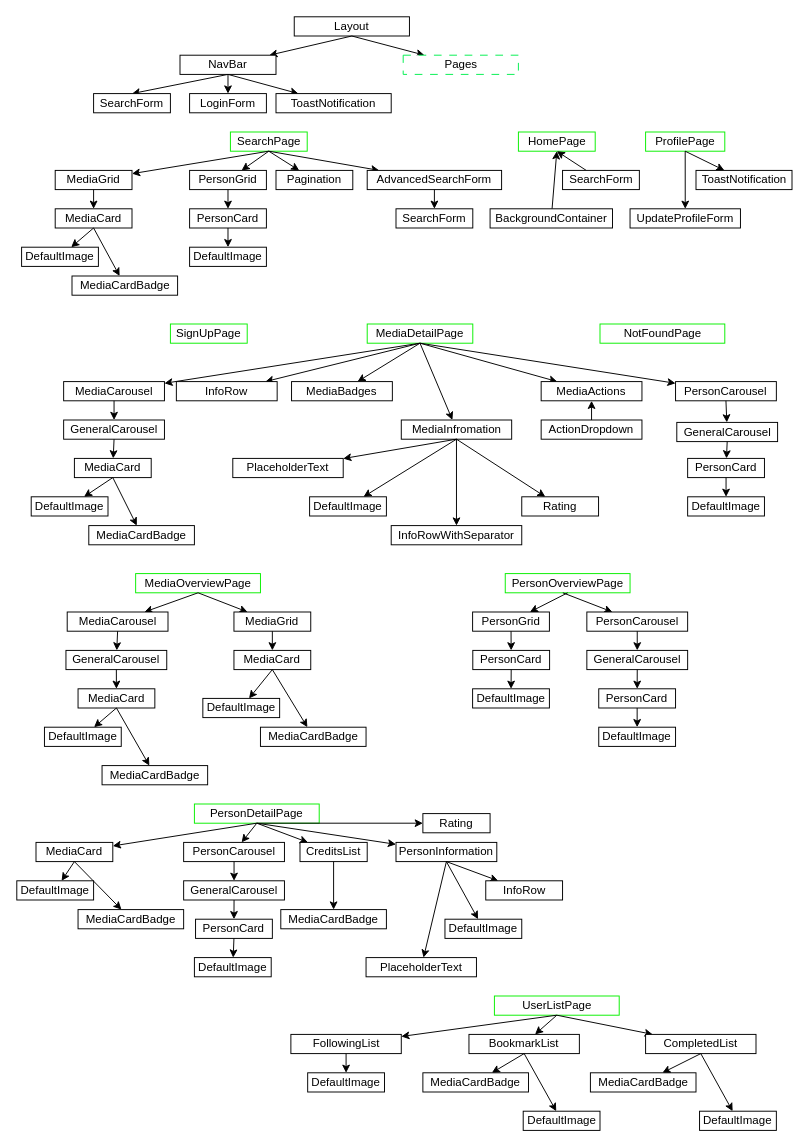
This is src/frontend/docs/hierarchy-diagram.drawio from RUC-MSc-CS-CIT-2024/portfolio_subproject_3, a draw.io file, before an edit. Source tidied: cells renumbered, new cells numbered last; positions are measured from the earlier drawing's top-left corner, leaving out a move shared by most shapes. Both pictures are drawn from the tidied source at 96%, with x=0, y=0 at pixel (16, 16).
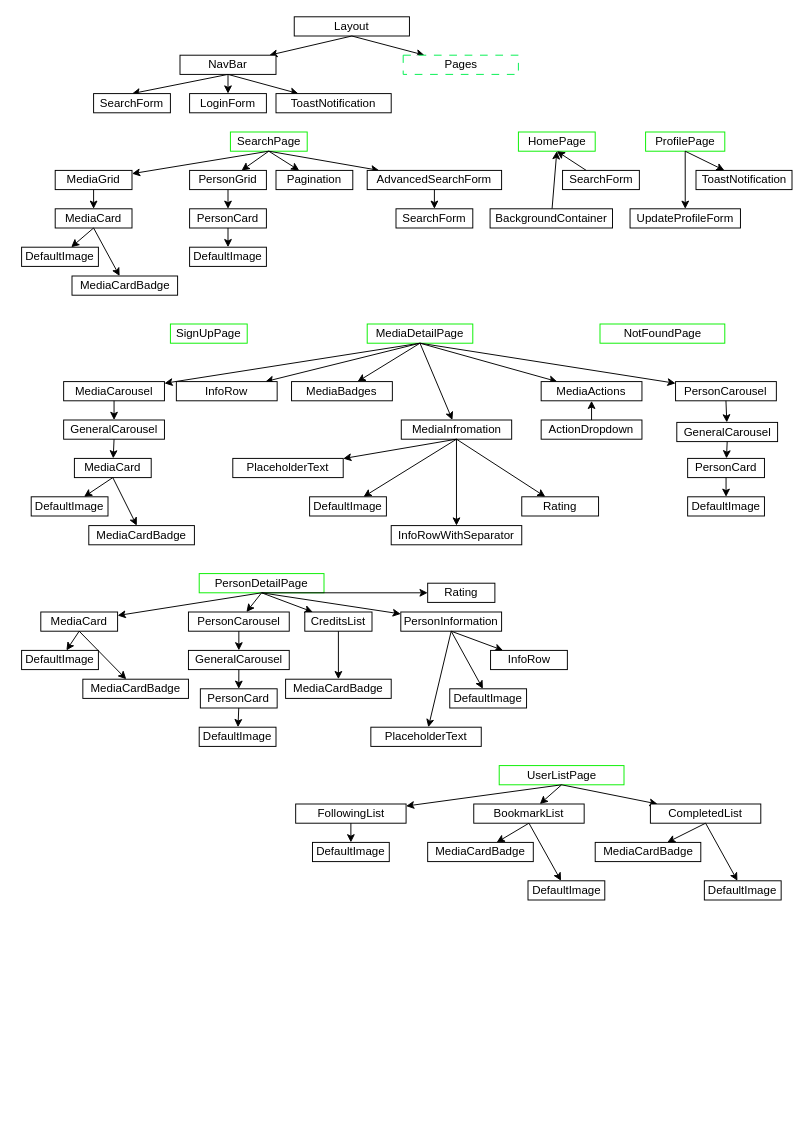
The same page after the edit.

Commit message:
removing pages from diagram

The edit, as a diff of the source:
```diff
@@
-    <mxCell id="75" value="MediaOverviewPage" style="whiteSpace=wrap;html=1;strokeColor=#08F000;" parent="1" vertex="1">
-      <mxGeometry x="123.8" y="580" width="130" height="20" as="geometry" />
-    </mxCell>
-    <mxCell id="76" style="edgeStyle=none;html=1;entryX=0.5;entryY=1;entryDx=0;entryDy=0;startArrow=classic;startFill=1;endArrow=none;endFill=0;" parent="1" edge="1" source="77" target="75">
-      <mxGeometry relative="1" as="geometry" />
-    </mxCell>
-    <mxCell id="77" value="MediaCarousel" style="whiteSpace=wrap;html=1;" parent="1" vertex="1">
-      <mxGeometry x="52.5" y="620" width="105" height="20" as="geometry" />
-    </mxCell>
-    <mxCell id="78" style="edgeStyle=none;html=1;entryX=0.5;entryY=1;entryDx=0;entryDy=0;startArrow=classic;startFill=1;endArrow=none;endFill=0;" parent="1" edge="1" source="79" target="77">
-      <mxGeometry relative="1" as="geometry" />
-    </mxCell>
-    <mxCell id="79" value="GeneralCarousel" style="whiteSpace=wrap;html=1;" parent="1" vertex="1">
-      <mxGeometry x="51.2" y="660" width="105" height="20" as="geometry" />
-    </mxCell>
-    <mxCell id="80" style="edgeStyle=none;html=1;entryX=0.5;entryY=1;entryDx=0;entryDy=0;startArrow=classic;startFill=1;endArrow=none;endFill=0;" parent="1" edge="1" source="81" target="79">
-      <mxGeometry relative="1" as="geometry" />
-    </mxCell>
-    <mxCell id="81" value="MediaCard" style="whiteSpace=wrap;html=1;" parent="1" vertex="1">
-      <mxGeometry x="63.8" y="700" width="80" height="20" as="geometry" />
-    </mxCell>
-    <mxCell id="82" style="edgeStyle=none;html=1;entryX=0.5;entryY=1;entryDx=0;entryDy=0;startArrow=classic;startFill=1;endArrow=none;endFill=0;" parent="1" edge="1" source="83" target="81">
-      <mxGeometry relative="1" as="geometry" />
-    </mxCell>
-    <mxCell id="83" value="MediaCardBadge" style="whiteSpace=wrap;html=1;" parent="1" vertex="1">
-      <mxGeometry x="88.8" y="780" width="110" height="20" as="geometry" />
-    </mxCell>
-    <mxCell id="84" style="edgeStyle=none;html=1;entryX=0.5;entryY=1;entryDx=0;entryDy=0;startArrow=classic;startFill=1;endArrow=none;endFill=0;" parent="1" edge="1" source="85" target="81">
-      <mxGeometry relative="1" as="geometry" />
-    </mxCell>
-    <mxCell id="85" value="DefaultImage" style="whiteSpace=wrap;html=1;" parent="1" vertex="1">
-      <mxGeometry x="28.8" y="740" width="80" height="20" as="geometry" />
-    </mxCell>
-    <mxCell id="86" style="edgeStyle=none;html=1;startArrow=classic;startFill=1;endArrow=none;endFill=0;entryX=0.5;entryY=1;entryDx=0;entryDy=0;" parent="1" edge="1" source="87" target="75">
-      <mxGeometry relative="1" as="geometry" />
-    </mxCell>
-    <mxCell id="87" value="MediaGrid" style="whiteSpace=wrap;html=1;" parent="1" vertex="1">
-      <mxGeometry x="226.2" y="620" width="80" height="20" as="geometry" />
-    </mxCell>
-    <mxCell id="88" style="edgeStyle=none;html=1;entryX=0.5;entryY=1;entryDx=0;entryDy=0;startArrow=classic;startFill=1;endArrow=none;endFill=0;" parent="1" edge="1" source="89" target="87">
-      <mxGeometry relative="1" as="geometry" />
-    </mxCell>
-    <mxCell id="89" value="MediaCard" style="whiteSpace=wrap;html=1;" parent="1" vertex="1">
-      <mxGeometry x="226.2" y="660" width="80" height="20" as="geometry" />
-    </mxCell>
-    <mxCell id="90" style="edgeStyle=none;html=1;entryX=0.5;entryY=1;entryDx=0;entryDy=0;startArrow=classic;startFill=1;endArrow=none;endFill=0;" parent="1" edge="1" source="91" target="89">
-      <mxGeometry relative="1" as="geometry" />
-    </mxCell>
-    <mxCell id="91" value="MediaCardBadge" style="whiteSpace=wrap;html=1;" parent="1" vertex="1">
-      <mxGeometry x="253.8" y="740" width="110" height="20" as="geometry" />
-    </mxCell>
-    <mxCell id="92" style="edgeStyle=none;html=1;entryX=0.5;entryY=1;entryDx=0;entryDy=0;startArrow=classic;startFill=1;endArrow=none;endFill=0;" parent="1" edge="1" source="93" target="89">
-      <mxGeometry relative="1" as="geometry" />
-    </mxCell>
-    <mxCell id="93" value="DefaultImage" style="whiteSpace=wrap;html=1;" parent="1" vertex="1">
-      <mxGeometry x="193.8" y="710" width="80" height="20" as="geometry" />
-    </mxCell>
@@
     <mxCell id="95" value="PersonDetailPage" style="whiteSpace=wrap;html=1;strokeColor=#08F000;" parent="1" vertex="1">
-      <mxGeometry x="185" y="820" width="130" height="20" as="geometry" />
+      <mxGeometry x="190" y="580" width="130" height="20" as="geometry" />
     </mxCell>
@@
     <mxCell id="97" value="PersonCarousel" style="whiteSpace=wrap;html=1;" parent="1" vertex="1">
-      <mxGeometry x="173.8" y="860" width="105" height="20" as="geometry" />
+      <mxGeometry x="178.8" y="620" width="105" height="20" as="geometry" />
     </mxCell>
@@
     <mxCell id="99" value="GeneralCarousel" style="whiteSpace=wrap;html=1;" parent="1" vertex="1">
-      <mxGeometry x="173.8" y="900" width="105" height="20" as="geometry" />
+      <mxGeometry x="178.8" y="660" width="105" height="20" as="geometry" />
     </mxCell>
@@
     <mxCell id="101" value="PersonCard" style="whiteSpace=wrap;html=1;" parent="1" vertex="1">
-      <mxGeometry x="186.2" y="940" width="80" height="20" as="geometry" />
+      <mxGeometry x="191.2" y="700" width="80" height="20" as="geometry" />
     </mxCell>
@@
     <mxCell id="103" value="DefaultImage" style="whiteSpace=wrap;html=1;" parent="1" vertex="1">
-      <mxGeometry x="185" y="980" width="80" height="20" as="geometry" />
+      <mxGeometry x="190" y="740" width="80" height="20" as="geometry" />
     </mxCell>
@@
     <mxCell id="105" value="PersonInformation" style="whiteSpace=wrap;html=1;" parent="1" vertex="1">
-      <mxGeometry x="395" y="860" width="105" height="20" as="geometry" />
+      <mxGeometry x="400" y="620" width="105" height="20" as="geometry" />
     </mxCell>
@@
     <mxCell id="107" value="PlaceholderText" style="whiteSpace=wrap;html=1;" parent="1" vertex="1">
-      <mxGeometry x="363.8" y="980" width="115" height="20" as="geometry" />
+      <mxGeometry x="368.8" y="740" width="115" height="20" as="geometry" />
     </mxCell>
@@
     <mxCell id="109" value="DefaultImage" style="whiteSpace=wrap;html=1;" parent="1" vertex="1">
-      <mxGeometry x="446" y="940" width="80" height="20" as="geometry" />
+      <mxGeometry x="451" y="700" width="80" height="20" as="geometry" />
     </mxCell>
@@
     <mxCell id="111" value="InfoRow" style="whiteSpace=wrap;html=1;" parent="1" vertex="1">
-      <mxGeometry x="488.5" y="900" width="80" height="20" as="geometry" />
+      <mxGeometry x="493.5" y="660" width="80" height="20" as="geometry" />
     </mxCell>
@@
     <mxCell id="113" value="MediaCard" style="whiteSpace=wrap;html=1;" parent="1" vertex="1">
-      <mxGeometry x="20" y="860" width="80" height="20" as="geometry" />
+      <mxGeometry x="25" y="620" width="80" height="20" as="geometry" />
     </mxCell>
@@
     <mxCell id="115" value="MediaCardBadge" style="whiteSpace=wrap;html=1;" parent="1" vertex="1">
-      <mxGeometry x="63.8" y="930" width="110" height="20" as="geometry" />
+      <mxGeometry x="68.8" y="690" width="110" height="20" as="geometry" />
     </mxCell>
@@
     <mxCell id="117" value="DefaultImage" style="whiteSpace=wrap;html=1;" parent="1" vertex="1">
-      <mxGeometry y="900" width="80" height="20" as="geometry" />
+      <mxGeometry x="5" y="660" width="80" height="20" as="geometry" />
     </mxCell>
@@
     <mxCell id="119" value="CreditsList" style="whiteSpace=wrap;html=1;" parent="1" vertex="1">
-      <mxGeometry x="295" y="860" width="70" height="20" as="geometry" />
+      <mxGeometry x="300" y="620" width="70" height="20" as="geometry" />
     </mxCell>
@@
     <mxCell id="121" value="Rating" style="whiteSpace=wrap;html=1;" parent="1" vertex="1">
-      <mxGeometry x="423" y="830" width="70" height="20" as="geometry" />
+      <mxGeometry x="428" y="590" width="70" height="20" as="geometry" />
     </mxCell>
@@
     <mxCell id="123" value="MediaCardBadge" style="whiteSpace=wrap;html=1;" parent="1" vertex="1">
-      <mxGeometry x="275" y="930" width="110" height="20" as="geometry" />
+      <mxGeometry x="280" y="690" width="110" height="20" as="geometry" />
     </mxCell>
-    <mxCell id="124" value="PersonOverviewPage" style="whiteSpace=wrap;html=1;strokeColor=#08F000;" parent="1" vertex="1">
-      <mxGeometry x="508.8" y="580" width="130" height="20" as="geometry" />
-    </mxCell>
-    <mxCell id="125" style="edgeStyle=none;html=1;startArrow=classic;startFill=1;endArrow=none;endFill=0;" parent="1" edge="1" source="126">
-      <mxGeometry relative="1" as="geometry">
-        <mxPoint x="568.8" y="600" as="targetPoint" />
-      </mxGeometry>
-    </mxCell>
-    <mxCell id="126" value="PersonCarousel" style="whiteSpace=wrap;html=1;" parent="1" vertex="1">
-      <mxGeometry x="593.8" y="620" width="105" height="20" as="geometry" />
-    </mxCell>
-    <mxCell id="127" style="edgeStyle=none;html=1;entryX=0.5;entryY=1;entryDx=0;entryDy=0;startArrow=classic;startFill=1;endArrow=none;endFill=0;" parent="1" edge="1" source="128" target="126">
-      <mxGeometry relative="1" as="geometry" />
-    </mxCell>
-    <mxCell id="128" value="GeneralCarousel" style="whiteSpace=wrap;html=1;" parent="1" vertex="1">
-      <mxGeometry x="593.8" y="660" width="105" height="20" as="geometry" />
-    </mxCell>
-    <mxCell id="129" style="edgeStyle=none;html=1;entryX=0.5;entryY=1;entryDx=0;entryDy=0;startArrow=classic;startFill=1;endArrow=none;endFill=0;" parent="1" edge="1" source="130" target="128">
-      <mxGeometry relative="1" as="geometry" />
-    </mxCell>
-    <mxCell id="130" value="PersonCard" style="whiteSpace=wrap;html=1;" parent="1" vertex="1">
-      <mxGeometry x="606.2" y="700" width="80" height="20" as="geometry" />
-    </mxCell>
-    <mxCell id="131" style="edgeStyle=none;html=1;entryX=0.5;entryY=1;entryDx=0;entryDy=0;startArrow=classic;startFill=1;endArrow=none;endFill=0;" parent="1" edge="1" source="132" target="130">
-      <mxGeometry relative="1" as="geometry" />
-    </mxCell>
-    <mxCell id="132" value="DefaultImage" style="whiteSpace=wrap;html=1;" parent="1" vertex="1">
-      <mxGeometry x="606.2" y="740" width="80" height="20" as="geometry" />
-    </mxCell>
-    <mxCell id="133" style="edgeStyle=none;html=1;entryX=0.5;entryY=1;entryDx=0;entryDy=0;startArrow=classic;startFill=1;endArrow=none;endFill=0;" parent="1" edge="1" source="134" target="124">
-      <mxGeometry relative="1" as="geometry" />
-    </mxCell>
-    <mxCell id="134" value="PersonGrid" style="whiteSpace=wrap;html=1;" parent="1" vertex="1">
-      <mxGeometry x="474.8" y="620" width="80" height="20" as="geometry" />
-    </mxCell>
-    <mxCell id="135" style="edgeStyle=none;html=1;startArrow=classic;startFill=1;endArrow=none;endFill=0;" parent="1" edge="1" source="136" target="134">
-      <mxGeometry relative="1" as="geometry" />
-    </mxCell>
-    <mxCell id="136" value="PersonCard" style="whiteSpace=wrap;html=1;" parent="1" vertex="1">
-      <mxGeometry x="475" y="660" width="80" height="20" as="geometry" />
-    </mxCell>
-    <mxCell id="137" style="edgeStyle=none;html=1;entryX=0.5;entryY=1;entryDx=0;entryDy=0;startArrow=classic;startFill=1;endArrow=none;endFill=0;" parent="1" edge="1" source="138" target="136">
-      <mxGeometry relative="1" as="geometry" />
-    </mxCell>
-    <mxCell id="138" value="DefaultImage" style="whiteSpace=wrap;html=1;" parent="1" vertex="1">
-      <mxGeometry x="474.8" y="700" width="80" height="20" as="geometry" />
-    </mxCell>
     <mxCell id="139" value="UserListPage" style="whiteSpace=wrap;html=1;strokeColor=#08F000;" parent="1" vertex="1">
-      <mxGeometry x="497.5" y="1020" width="130" height="20" as="geometry" />
+      <mxGeometry x="502.5" y="780" width="130" height="20" as="geometry" />
     </mxCell>
@@
     <mxCell id="141" value="FollowingList" style="whiteSpace=wrap;html=1;" parent="1" vertex="1">
-      <mxGeometry x="285.5" y="1060" width="115" height="20" as="geometry" />
+      <mxGeometry x="290.5" y="820" width="115" height="20" as="geometry" />
     </mxCell>
@@
     <mxCell id="143" value="BookmarkList" style="whiteSpace=wrap;html=1;" parent="1" vertex="1">
-      <mxGeometry x="471" y="1060" width="115" height="20" as="geometry" />
+      <mxGeometry x="476" y="820" width="115" height="20" as="geometry" />
     </mxCell>
@@
     <mxCell id="145" value="CompletedList" style="whiteSpace=wrap;html=1;" parent="1" vertex="1">
-      <mxGeometry x="655" y="1060" width="115" height="20" as="geometry" />
+      <mxGeometry x="660" y="820" width="115" height="20" as="geometry" />
     </mxCell>
@@
     <mxCell id="147" value="DefaultImage" style="whiteSpace=wrap;html=1;" parent="1" vertex="1">
-      <mxGeometry x="303" y="1100" width="80" height="20" as="geometry" />
+      <mxGeometry x="308" y="860" width="80" height="20" as="geometry" />
     </mxCell>
@@
     <mxCell id="149" value="MediaCardBadge" style="whiteSpace=wrap;html=1;" parent="1" vertex="1">
-      <mxGeometry x="423" y="1100" width="110" height="20" as="geometry" />
+      <mxGeometry x="428" y="860" width="110" height="20" as="geometry" />
     </mxCell>
@@
     <mxCell id="151" value="DefaultImage" style="whiteSpace=wrap;html=1;" parent="1" vertex="1">
-      <mxGeometry x="527.5" y="1140" width="80" height="20" as="geometry" />
+      <mxGeometry x="532.5" y="900" width="80" height="20" as="geometry" />
     </mxCell>
@@
     <mxCell id="153" value="MediaCardBadge" style="whiteSpace=wrap;html=1;" parent="1" vertex="1">
-      <mxGeometry x="597.5" y="1100" width="110" height="20" as="geometry" />
+      <mxGeometry x="602.5" y="860" width="110" height="20" as="geometry" />
     </mxCell>
@@
     <mxCell id="155" value="DefaultImage" style="whiteSpace=wrap;html=1;" parent="1" vertex="1">
-      <mxGeometry x="711.2" y="1140" width="80" height="20" as="geometry" />
+      <mxGeometry x="716.2" y="900" width="80" height="20" as="geometry" />
     </mxCell>
```
